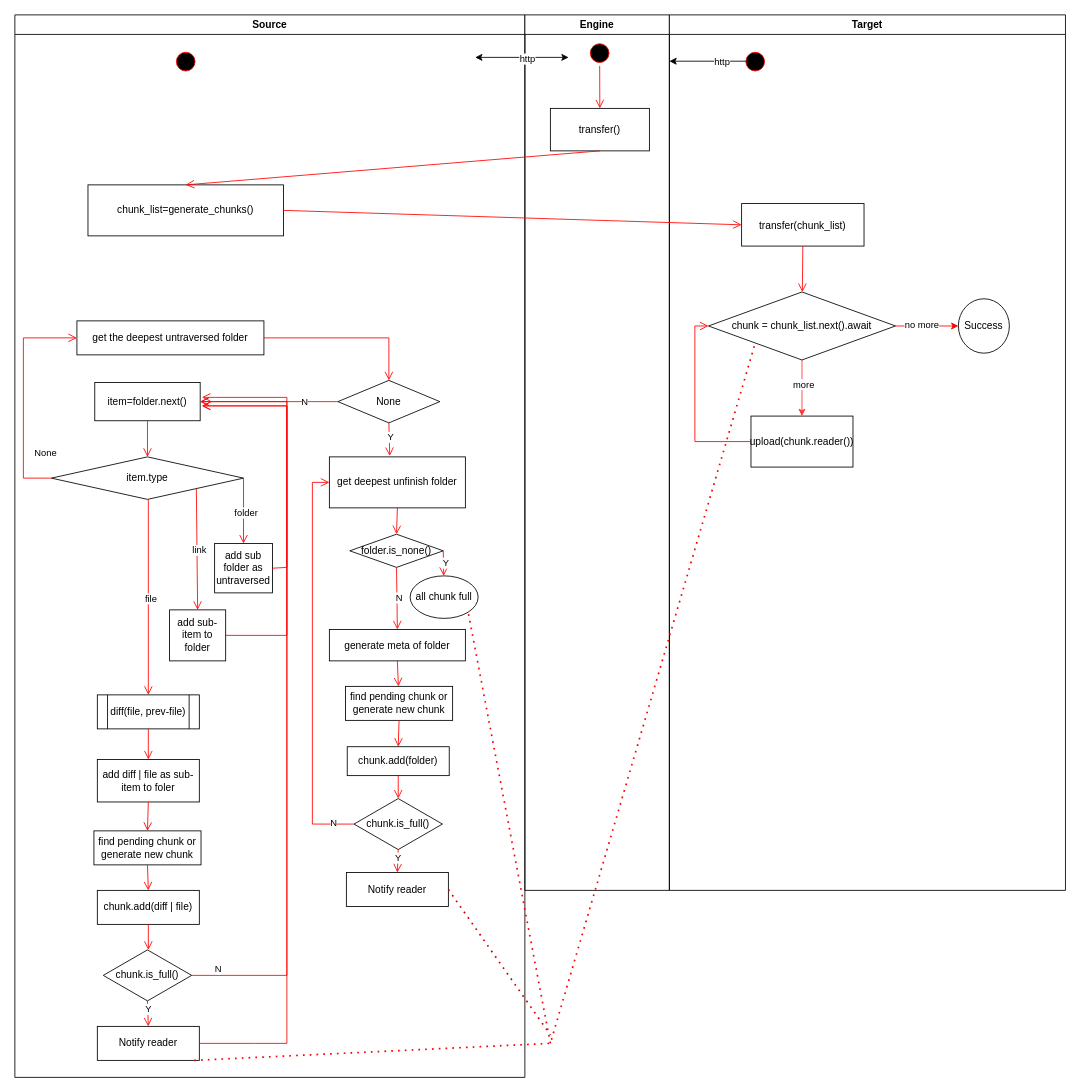
This is page "transfer" (3 of 3) of doc/PM/framework/draft.drawio from buckyos/bucky_backup_suite, a draw.io file, before an edit. Source tidied: cells renumbered, new cells numbered last; positions are measured from the earlier drawing's top-left corner, leaving out a move shared by most shapes. Both pictures are drawn from the tidied source at 85%, with x=0, y=0 at pixel (14, 14).
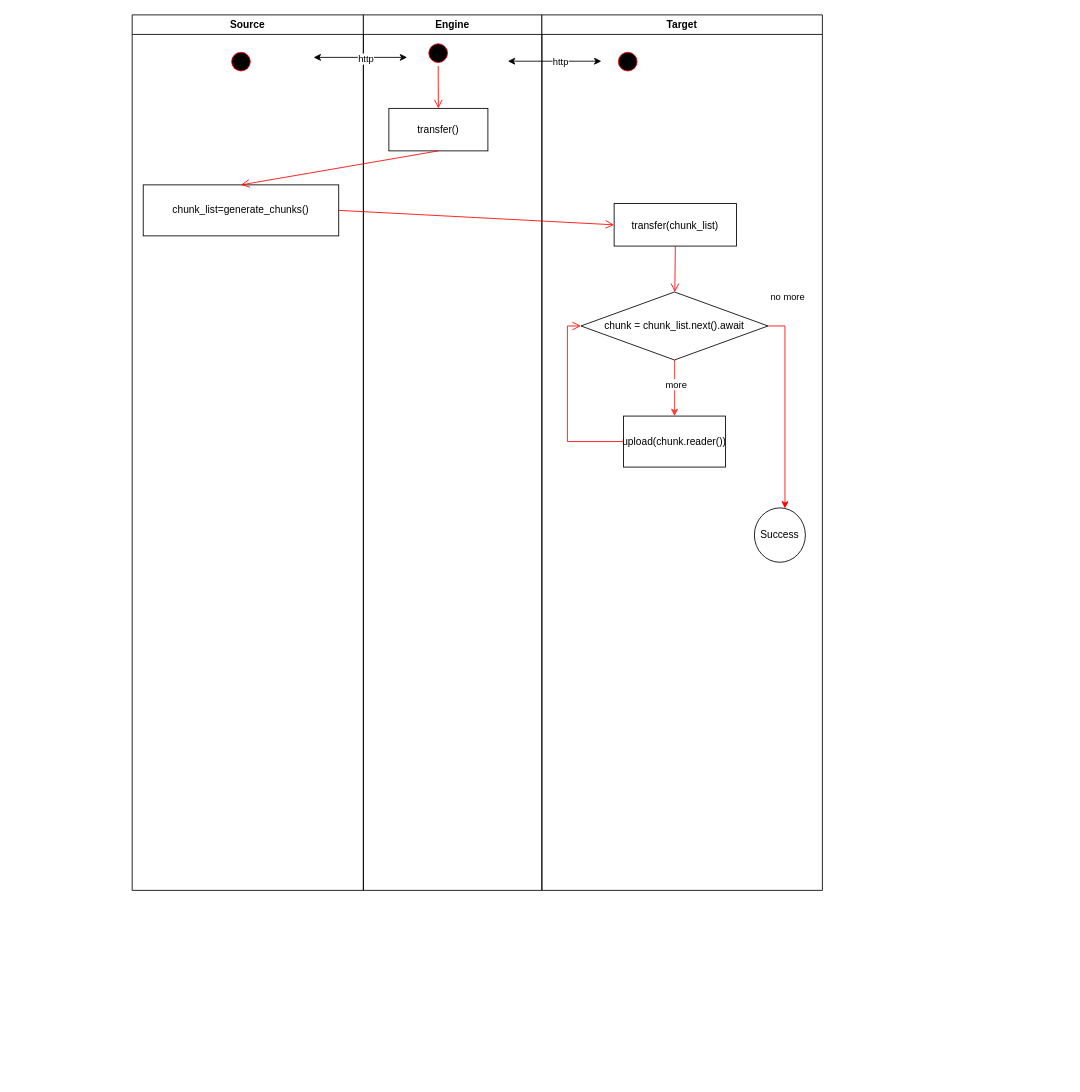
After the change.

The change refers to these unchanged cells:
```xml
<mxCell id="79" value="chunk = chunk_list.next().await" style="rhombus;whiteSpace=wrap;html=1;" parent="72" vertex="1">
  <mxGeometry x="46" y="326" width="220" height="80" as="geometry" />
</mxCell>
```

Change to the diagram source:
```diff
@@
     <mxCell id="2" value="Source" style="swimlane;whiteSpace=wrap;" parent="1" vertex="1">
-      <mxGeometry width="600" height="1250" as="geometry" />
+      <mxGeometry x="138" width="272" height="1030" as="geometry" />
     </mxCell>
     <mxCell id="3" style="ellipse;shape=startState;fillColor=#000000;strokeColor=#ff0000;" parent="2" vertex="1">
-      <mxGeometry x="186" y="40" width="30" height="30" as="geometry" />
+      <mxGeometry x="113" y="40" width="30" height="30" as="geometry" />
     </mxCell>
     <mxCell id="4" value="chunk_list=generate_chunks()" style="rounded=0;whiteSpace=wrap;html=1;" parent="2" vertex="1">
-      <mxGeometry x="86" y="200" width="230" height="60" as="geometry" />
+      <mxGeometry x="13" y="200" width="230" height="60" as="geometry" />
     </mxCell>
-    <mxCell id="5" value="get the deepest untraversed folder" style="rounded=0;whiteSpace=wrap;html=1;" parent="2" vertex="1">
-      <mxGeometry x="73" y="360" width="220" height="40" as="geometry" />
-    </mxCell>
-    <mxCell id="6" value="None" style="rhombus;whiteSpace=wrap;html=1;" parent="2" vertex="1">
-      <mxGeometry x="380" y="430" width="120" height="50" as="geometry" />
-    </mxCell>
-    <mxCell id="7" style="elbow=horizontal;verticalAlign=bottom;endArrow=open;endSize=8;strokeColor=#FF0000;endFill=1;rounded=0;entryX=0.5;entryY=0;entryDx=0;entryDy=0;exitX=1;exitY=0.5;exitDx=0;exitDy=0;" parent="2" edge="1" source="5" target="6">
-      <mxGeometry x="-974" y="-340" as="geometry">
-        <Array as="points">
-          <mxPoint x="440" y="380" />
-        </Array>
-      </mxGeometry>
-    </mxCell>
-    <mxCell id="8" value="item=folder.next()" style="rounded=0;whiteSpace=wrap;html=1;" parent="2" vertex="1">
-      <mxGeometry x="94" y="432.5" width="124" height="45" as="geometry" />
-    </mxCell>
-    <mxCell id="9" style="elbow=horizontal;verticalAlign=bottom;endArrow=open;endSize=8;strokeColor=#FF0000;endFill=1;rounded=0;entryX=1;entryY=0.5;entryDx=0;entryDy=0;exitX=0;exitY=0.5;exitDx=0;exitDy=0;" parent="2" edge="1" source="6" target="8">
-      <mxGeometry x="-974" y="-340" as="geometry" />
-    </mxCell>
-    <mxCell id="10" value="N" style="edgeLabel;html=1;align=center;verticalAlign=middle;" parent="9" vertex="1">
-      <mxGeometry relative="1" as="geometry">
-        <mxPoint x="41" as="offset" />
-      </mxGeometry>
-    </mxCell>
-    <mxCell id="11" value="item.type" style="rhombus;whiteSpace=wrap;html=1;" parent="2" vertex="1">
-      <mxGeometry x="43" y="520" width="226" height="50" as="geometry" />
-    </mxCell>
-    <mxCell id="12" style="elbow=horizontal;verticalAlign=bottom;endArrow=open;endSize=8;strokeColor=#FF0000;endFill=1;rounded=0;entryX=0.5;entryY=0;entryDx=0;entryDy=0;exitX=0.5;exitY=1;exitDx=0;exitDy=0;" parent="2" edge="1" source="8" target="11">
-      <mxGeometry x="-974" y="-340" as="geometry" />
-    </mxCell>
-    <mxCell id="13" value="add sub folder as untraversed" style="rounded=0;whiteSpace=wrap;html=1;" parent="2" vertex="1">
-      <mxGeometry x="235" y="622" width="68" height="58" as="geometry" />
-    </mxCell>
-    <mxCell id="14" style="elbow=horizontal;verticalAlign=bottom;endArrow=open;endSize=8;strokeColor=#FF0000;endFill=1;rounded=0;entryX=0.5;entryY=0;entryDx=0;entryDy=0;" parent="2" edge="1" target="13">
-      <mxGeometry x="-974" y="-340" as="geometry">
-        <mxPoint x="269" y="545" as="sourcePoint" />
-      </mxGeometry>
-    </mxCell>
-    <mxCell id="15" value="folder" style="edgeLabel;html=1;align=center;verticalAlign=middle;" parent="14" vertex="1">
-      <mxGeometry relative="1" as="geometry">
-        <mxPoint x="2" y="1" as="offset" />
-      </mxGeometry>
-    </mxCell>
-    <mxCell id="16" value="add sub-item to folder" style="rounded=0;whiteSpace=wrap;html=1;" parent="2" vertex="1">
-      <mxGeometry x="182" y="700" width="66" height="60" as="geometry" />
-    </mxCell>
-    <mxCell id="17" style="elbow=horizontal;verticalAlign=bottom;endArrow=open;endSize=8;strokeColor=#FF0000;endFill=1;rounded=0;entryX=0.5;entryY=0;entryDx=0;entryDy=0;exitX=0;exitY=1;exitDx=0;exitDy=0;" parent="2" edge="1" target="16">
-      <mxGeometry x="-844" y="-460" as="geometry">
-        <mxPoint x="213.5" y="557.5" as="sourcePoint" />
-      </mxGeometry>
-    </mxCell>
-    <mxCell id="18" value="link" style="edgeLabel;html=1;align=center;verticalAlign=middle;" parent="17" vertex="1">
-      <mxGeometry relative="1" as="geometry">
-        <mxPoint x="2" y="1" as="offset" />
-      </mxGeometry>
-    </mxCell>
-    <mxCell id="19" value="add diff | file as sub-item to foler" style="rounded=0;whiteSpace=wrap;html=1;" parent="2" vertex="1">
-      <mxGeometry x="97" y="876" width="120" height="50" as="geometry" />
-    </mxCell>
-    <mxCell id="20" style="elbow=horizontal;verticalAlign=bottom;endArrow=open;endSize=8;strokeColor=#FF0000;endFill=1;rounded=0;entryX=0.5;entryY=0;entryDx=0;entryDy=0;exitX=0.5;exitY=1;exitDx=0;exitDy=0;" parent="2" edge="1" target="22">
-      <mxGeometry x="-714" y="-580" as="geometry">
-        <mxPoint x="157" y="570" as="sourcePoint" />
-      </mxGeometry>
-    </mxCell>
-    <mxCell id="21" value="file" style="edgeLabel;html=1;align=center;verticalAlign=middle;" parent="20" vertex="1">
-      <mxGeometry relative="1" as="geometry">
-        <mxPoint x="2" y="1" as="offset" />
-      </mxGeometry>
-    </mxCell>
-    <mxCell id="22" value="diff(file, prev-file)" style="shape=process;whiteSpace=wrap;html=1;backgroundOutline=1;" parent="2" vertex="1">
-      <mxGeometry x="97" y="800" width="120" height="40" as="geometry" />
-    </mxCell>
-    <mxCell id="23" style="elbow=horizontal;verticalAlign=bottom;endArrow=open;endSize=8;strokeColor=#FF0000;endFill=1;rounded=0;entryX=0.5;entryY=0;entryDx=0;entryDy=0;exitX=0.5;exitY=1;exitDx=0;exitDy=0;" parent="2" edge="1" source="22" target="19">
-      <mxGeometry x="-584" y="-700" as="geometry" />
-    </mxCell>
-    <mxCell id="24" value="find pending chunk or generate new chunk" style="rounded=0;whiteSpace=wrap;html=1;" parent="2" vertex="1">
-      <mxGeometry x="93" y="960" width="126" height="40" as="geometry" />
-    </mxCell>
-    <mxCell id="25" style="elbow=horizontal;verticalAlign=bottom;endArrow=open;endSize=8;strokeColor=#FF0000;endFill=1;rounded=0;entryX=0.5;entryY=0;entryDx=0;entryDy=0;exitX=0.5;exitY=1;exitDx=0;exitDy=0;" parent="2" edge="1" source="19" target="24">
-      <mxGeometry x="-454" y="-820" as="geometry" />
-    </mxCell>
-    <mxCell id="26" value="chunk.add(diff | file)" style="rounded=0;whiteSpace=wrap;html=1;" parent="2" vertex="1">
-      <mxGeometry x="97" y="1030" width="120" height="40" as="geometry" />
-    </mxCell>
-    <mxCell id="27" style="elbow=horizontal;verticalAlign=bottom;endArrow=open;endSize=8;strokeColor=#FF0000;endFill=1;rounded=0;entryX=0.5;entryY=0;entryDx=0;entryDy=0;exitX=0.5;exitY=1;exitDx=0;exitDy=0;" parent="2" edge="1" source="24" target="26">
-      <mxGeometry x="-324" y="-940" as="geometry" />
-    </mxCell>
-    <mxCell id="28" style="elbow=horizontal;verticalAlign=bottom;endArrow=open;endSize=8;strokeColor=#FF0000;endFill=1;rounded=0;entryX=0.51;entryY=0;entryDx=0;entryDy=0;exitX=0.5;exitY=1;exitDx=0;exitDy=0;entryPerimeter=0;" parent="2" edge="1" source="26" target="29">
-      <mxGeometry x="-194" y="-1060" as="geometry" />
-    </mxCell>
-    <mxCell id="29" value="chunk.is_full()" style="rhombus;whiteSpace=wrap;html=1;" parent="2" vertex="1">
-      <mxGeometry x="104" y="1100" width="104" height="60" as="geometry" />
-    </mxCell>
-    <mxCell id="30" value="Notify reader" style="rounded=0;whiteSpace=wrap;html=1;" parent="2" vertex="1">
-      <mxGeometry x="97" y="1190" width="120" height="40" as="geometry" />
-    </mxCell>
-    <mxCell id="31" style="elbow=horizontal;verticalAlign=bottom;endArrow=open;endSize=8;strokeColor=#FF0000;endFill=1;rounded=0;entryX=0.5;entryY=0;entryDx=0;entryDy=0;exitX=0.5;exitY=1;exitDx=0;exitDy=0;" parent="2" edge="1" source="29" target="30">
-      <mxGeometry x="-64" y="-1180" as="geometry" />
-    </mxCell>
-    <mxCell id="32" value="Y" style="edgeLabel;html=1;align=center;verticalAlign=middle;" parent="31" vertex="1">
-      <mxGeometry relative="1" as="geometry">
-        <mxPoint y="-5" as="offset" />
-      </mxGeometry>
-    </mxCell>
-    <mxCell id="33" style="elbow=horizontal;verticalAlign=bottom;endArrow=open;endSize=8;strokeColor=#FF0000;endFill=1;rounded=0;exitX=1;exitY=0.5;exitDx=0;exitDy=0;" parent="2" edge="1" source="13">
-      <mxGeometry x="-844" y="-460" as="geometry">
-        <mxPoint x="220" y="460" as="targetPoint" />
-        <Array as="points">
-          <mxPoint x="320" y="650" />
-          <mxPoint x="320" y="460" />
-        </Array>
-      </mxGeometry>
-    </mxCell>
-    <mxCell id="34" style="elbow=horizontal;verticalAlign=bottom;endArrow=open;endSize=8;strokeColor=#FF0000;endFill=1;rounded=0;exitX=1;exitY=0.5;exitDx=0;exitDy=0;" parent="2" edge="1" source="30">
-      <mxGeometry x="-714" y="-580" as="geometry">
-        <mxPoint x="220" y="460" as="targetPoint" />
-        <Array as="points">
-          <mxPoint x="282" y="1210" />
-          <mxPoint x="320" y="1210" />
-          <mxPoint x="320" y="460" />
-        </Array>
-      </mxGeometry>
-    </mxCell>
-    <mxCell id="35" style="elbow=horizontal;verticalAlign=bottom;endArrow=open;endSize=8;strokeColor=#FF0000;endFill=1;rounded=0;exitX=1;exitY=0.5;exitDx=0;exitDy=0;" parent="2" edge="1" source="29">
-      <mxGeometry x="-714" y="-580" as="geometry">
-        <mxPoint x="220" y="450" as="targetPoint" />
-        <Array as="points">
-          <mxPoint x="272" y="1130" />
-          <mxPoint x="320" y="1130" />
-          <mxPoint x="320" y="450" />
-        </Array>
-      </mxGeometry>
-    </mxCell>
-    <mxCell id="36" value="N" style="edgeLabel;html=1;align=center;verticalAlign=middle;" parent="35" vertex="1">
-      <mxGeometry relative="1" as="geometry">
-        <mxPoint x="-82" y="326" as="offset" />
-      </mxGeometry>
-    </mxCell>
-    <mxCell id="37" style="elbow=horizontal;verticalAlign=bottom;endArrow=open;endSize=8;strokeColor=#FF0000;endFill=1;rounded=0;exitX=0;exitY=0.5;exitDx=0;exitDy=0;entryX=0;entryY=0.5;entryDx=0;entryDy=0;" parent="2" edge="1" source="11" target="5">
-      <mxGeometry x="-584" y="-700" as="geometry">
-        <Array as="points">
-          <mxPoint x="10" y="545" />
-          <mxPoint x="10" y="380" />
-        </Array>
-      </mxGeometry>
-    </mxCell>
-    <mxCell id="38" value="None" style="edgeLabel;html=1;align=center;verticalAlign=middle;" parent="37" vertex="1">
-      <mxGeometry relative="1" as="geometry">
-        <mxPoint x="25" y="68" as="offset" />
-      </mxGeometry>
-    </mxCell>
-    <mxCell id="39" style="elbow=horizontal;verticalAlign=bottom;endArrow=open;endSize=8;strokeColor=#FF0000;endFill=1;rounded=0;exitX=1;exitY=0.5;exitDx=0;exitDy=0;entryX=1;entryY=0.5;entryDx=0;entryDy=0;" parent="2" edge="1" source="16" target="8">
-      <mxGeometry x="-714" y="-580" as="geometry">
-        <Array as="points">
-          <mxPoint x="320" y="730" />
-          <mxPoint x="320" y="455" />
-        </Array>
-      </mxGeometry>
-    </mxCell>
-    <mxCell id="40" value="get deepest unfinish folder" style="rounded=0;whiteSpace=wrap;html=1;" parent="2" vertex="1">
-      <mxGeometry x="370" y="520" width="160" height="60" as="geometry" />
-    </mxCell>
-    <mxCell id="41" style="elbow=horizontal;verticalAlign=bottom;endArrow=open;endSize=8;strokeColor=#FF0000;endFill=1;rounded=0;exitX=0.5;exitY=1;exitDx=0;exitDy=0;entryX=0.444;entryY=-0.017;entryDx=0;entryDy=0;entryPerimeter=0;" parent="2" edge="1" source="6" target="40">
-      <mxGeometry x="-1470" y="-460" as="geometry" />
-    </mxCell>
-    <mxCell id="42" value="Y" style="edgeLabel;html=1;align=center;verticalAlign=middle;" parent="41" vertex="1">
-      <mxGeometry relative="1" as="geometry">
-        <mxPoint x="1" y="-2" as="offset" />
-      </mxGeometry>
-    </mxCell>
-    <mxCell id="43" value="generate meta of folder" style="rounded=0;whiteSpace=wrap;html=1;" parent="2" vertex="1">
-      <mxGeometry x="370" y="723" width="160" height="37" as="geometry" />
-    </mxCell>
-    <mxCell id="44" style="elbow=horizontal;verticalAlign=bottom;endArrow=open;endSize=8;strokeColor=#FF0000;endFill=1;rounded=0;exitX=0.5;exitY=1;exitDx=0;exitDy=0;entryX=0.5;entryY=0;entryDx=0;entryDy=0;" parent="2" edge="1" source="40" target="45">
-      <mxGeometry x="-454" y="-820" as="geometry" />
-    </mxCell>
-    <mxCell id="45" value="folder.is_none()" style="rhombus;whiteSpace=wrap;html=1;" parent="2" vertex="1">
-      <mxGeometry x="394" y="611" width="110" height="39" as="geometry" />
-    </mxCell>
-    <mxCell id="46" style="elbow=horizontal;verticalAlign=bottom;endArrow=open;endSize=8;strokeColor=#FF0000;endFill=1;rounded=0;exitX=0.5;exitY=1;exitDx=0;exitDy=0;entryX=0.5;entryY=0;entryDx=0;entryDy=0;" parent="2" edge="1" source="45" target="43">
-      <mxGeometry x="-324" y="-940" as="geometry" />
-    </mxCell>
-    <mxCell id="47" value="N" style="edgeLabel;html=1;align=center;verticalAlign=middle;" parent="46" vertex="1">
-      <mxGeometry relative="1" as="geometry">
-        <mxPoint x="2" y="-1" as="offset" />
-      </mxGeometry>
-    </mxCell>
-    <mxCell id="48" value="find pending chunk or generate new chunk" style="rounded=0;whiteSpace=wrap;html=1;" parent="2" vertex="1">
-      <mxGeometry x="389" y="790" width="126" height="40" as="geometry" />
-    </mxCell>
-    <mxCell id="49" value="chunk.add(folder)" style="rounded=0;whiteSpace=wrap;html=1;" parent="2" vertex="1">
-      <mxGeometry x="391" y="861" width="120" height="34" as="geometry" />
-    </mxCell>
-    <mxCell id="50" value="chunk.is_full()" style="rhombus;whiteSpace=wrap;html=1;" parent="2" vertex="1">
-      <mxGeometry x="399" y="922" width="104" height="60" as="geometry" />
-    </mxCell>
-    <mxCell id="51" value="Notify reader" style="rounded=0;whiteSpace=wrap;html=1;" parent="2" vertex="1">
-      <mxGeometry x="390" y="1009" width="120" height="40" as="geometry" />
-    </mxCell>
-    <mxCell id="52" style="elbow=horizontal;verticalAlign=bottom;endArrow=open;endSize=8;strokeColor=#FF0000;endFill=1;rounded=0;exitX=0.5;exitY=1;exitDx=0;exitDy=0;" parent="2" edge="1" source="43" target="48">
-      <mxGeometry x="-324" y="-940" as="geometry" />
-    </mxCell>
-    <mxCell id="53" style="elbow=horizontal;verticalAlign=bottom;endArrow=open;endSize=8;strokeColor=#FF0000;endFill=1;rounded=0;exitX=0.5;exitY=1;exitDx=0;exitDy=0;entryX=0.5;entryY=0;entryDx=0;entryDy=0;" parent="2" edge="1" source="48" target="49">
-      <mxGeometry x="-194" y="-1060" as="geometry" />
-    </mxCell>
-    <mxCell id="54" style="elbow=horizontal;verticalAlign=bottom;endArrow=open;endSize=8;strokeColor=#FF0000;endFill=1;rounded=0;exitX=0.5;exitY=1;exitDx=0;exitDy=0;entryX=0.5;entryY=0;entryDx=0;entryDy=0;" parent="2" edge="1" source="49" target="50">
-      <mxGeometry x="-64" y="-1180" as="geometry" />
-    </mxCell>
-    <mxCell id="55" style="elbow=horizontal;verticalAlign=bottom;endArrow=open;endSize=8;strokeColor=#FF0000;endFill=1;rounded=0;exitX=0.5;exitY=1;exitDx=0;exitDy=0;entryX=0.5;entryY=0;entryDx=0;entryDy=0;" parent="2" edge="1" source="50" target="51">
-      <mxGeometry x="66" y="-1300" as="geometry" />
-    </mxCell>
-    <mxCell id="56" value="Y" style="edgeLabel;html=1;align=center;verticalAlign=middle;" parent="55" vertex="1">
-      <mxGeometry relative="1" as="geometry">
-        <mxPoint y="-4" as="offset" />
-      </mxGeometry>
-    </mxCell>
-    <mxCell id="57" style="endArrow=none;dashed=1;html=1;dashPattern=1 3;strokeWidth=2;rounded=0;exitX=1;exitY=0.5;exitDx=0;exitDy=0;strokeColor=#CC0000;" parent="2" edge="1" source="51">
-      <mxGeometry relative="1" as="geometry">
-        <mxPoint x="630" y="1200" as="targetPoint" />
-      </mxGeometry>
-    </mxCell>
-    <mxCell id="58" style="elbow=horizontal;verticalAlign=bottom;endArrow=open;endSize=8;strokeColor=#FF0000;endFill=1;rounded=0;exitX=0;exitY=0.5;exitDx=0;exitDy=0;entryX=0;entryY=0.5;entryDx=0;entryDy=0;" parent="2" edge="1" source="50" target="40">
-      <mxGeometry x="-324" y="-940" as="geometry">
-        <Array as="points">
-          <mxPoint x="350" y="952" />
-          <mxPoint x="350" y="550" />
-        </Array>
-      </mxGeometry>
-    </mxCell>
-    <mxCell id="59" value="N" style="edgeLabel;html=1;align=center;verticalAlign=middle;" parent="58" vertex="1">
-      <mxGeometry relative="1" as="geometry">
-        <mxPoint x="24" y="185" as="offset" />
-      </mxGeometry>
-    </mxCell>
-    <mxCell id="60" value="all chunk full" style="ellipse;whiteSpace=wrap;html=1;" parent="2" vertex="1">
-      <mxGeometry x="465" y="660" width="80" height="50" as="geometry" />
-    </mxCell>
-    <mxCell id="61" style="elbow=horizontal;verticalAlign=bottom;endArrow=open;endSize=8;strokeColor=#FF0000;endFill=1;rounded=0;exitX=1;exitY=0.5;exitDx=0;exitDy=0;" parent="2" edge="1" source="45" target="60">
-      <mxGeometry x="-194" y="-1060" as="geometry" />
-    </mxCell>
-    <mxCell id="62" value="Y" style="edgeLabel;html=1;align=center;verticalAlign=middle;" parent="61" vertex="1">
-      <mxGeometry relative="1" as="geometry">
-        <mxPoint x="2" y="-1" as="offset" />
-      </mxGeometry>
-    </mxCell>
     <mxCell id="63" value="Engine" style="swimlane;whiteSpace=wrap;" parent="1" vertex="1">
-      <mxGeometry x="600" width="170" height="1030" as="geometry" />
+      <mxGeometry x="410" width="210" height="1030" as="geometry" />
     </mxCell>
@@
-    <mxCell id="71" style="endArrow=none;dashed=1;html=1;dashPattern=1 3;strokeWidth=2;rounded=0;entryX=1;entryY=1;entryDx=0;entryDy=0;strokeColor=#FF0000;" parent="63" edge="1" target="60">
-      <mxGeometry relative="1" as="geometry">
-        <mxPoint x="30" y="1210" as="sourcePoint" />
-      </mxGeometry>
-    </mxCell>
     <mxCell id="72" value="Target" style="swimlane;whiteSpace=wrap;" parent="1" vertex="1">
-      <mxGeometry x="770" width="466" height="1030" as="geometry" />
+      <mxGeometry x="620" width="330" height="1030" as="geometry" />
     </mxCell>
@@
-    <mxCell id="75" style="edgeStyle=orthogonalEdgeStyle;rounded=0;jettySize=auto;html=1;strokeColor=#FF0000;" parent="72" edge="1" source="79" target="81">
-      <mxGeometry relative="1" as="geometry" />
+    <mxCell id="75" style="edgeStyle=orthogonalEdgeStyle;rounded=0;jettySize=auto;html=1;strokeColor=#FF0000;exitX=1;exitY=0.5;exitDx=0;exitDy=0;" parent="72" edge="1" source="79" target="81">
+      <mxGeometry relative="1" as="geometry">
+        <Array as="points">
+          <mxPoint x="286" y="366" />
+        </Array>
+      </mxGeometry>
     </mxCell>
     <mxCell id="76" value="no more" style="edgeLabel;html=1;align=center;verticalAlign=middle;" parent="75" vertex="1">
-      <mxGeometry x="-0.19" y="2" relative="1" as="geometry" />
+      <mxGeometry x="-0.19" y="2" relative="1" as="geometry">
+        <mxPoint y="-110" as="offset" />
+      </mxGeometry>
     </mxCell>
@@
     <mxCell id="81" value="Success" style="ellipse;whiteSpace=wrap;html=1;" parent="72" vertex="1">
-      <mxGeometry x="340" y="334" width="60" height="64" as="geometry" />
+      <mxGeometry x="250" y="580" width="60" height="64" as="geometry" />
     </mxCell>
@@
-    <mxCell id="86" style="endArrow=none;dashed=1;html=1;dashPattern=1 3;strokeWidth=2;rounded=0;exitX=0.95;exitY=1;exitDx=0;exitDy=0;exitPerimeter=0;entryX=0;entryY=1;entryDx=0;entryDy=0;strokeColor=#FF0000;" parent="1" edge="1" source="30" target="79">
-      <mxGeometry relative="1" as="geometry">
-        <Array as="points">
-          <mxPoint x="630" y="1210" />
-        </Array>
-      </mxGeometry>
-    </mxCell>
```
